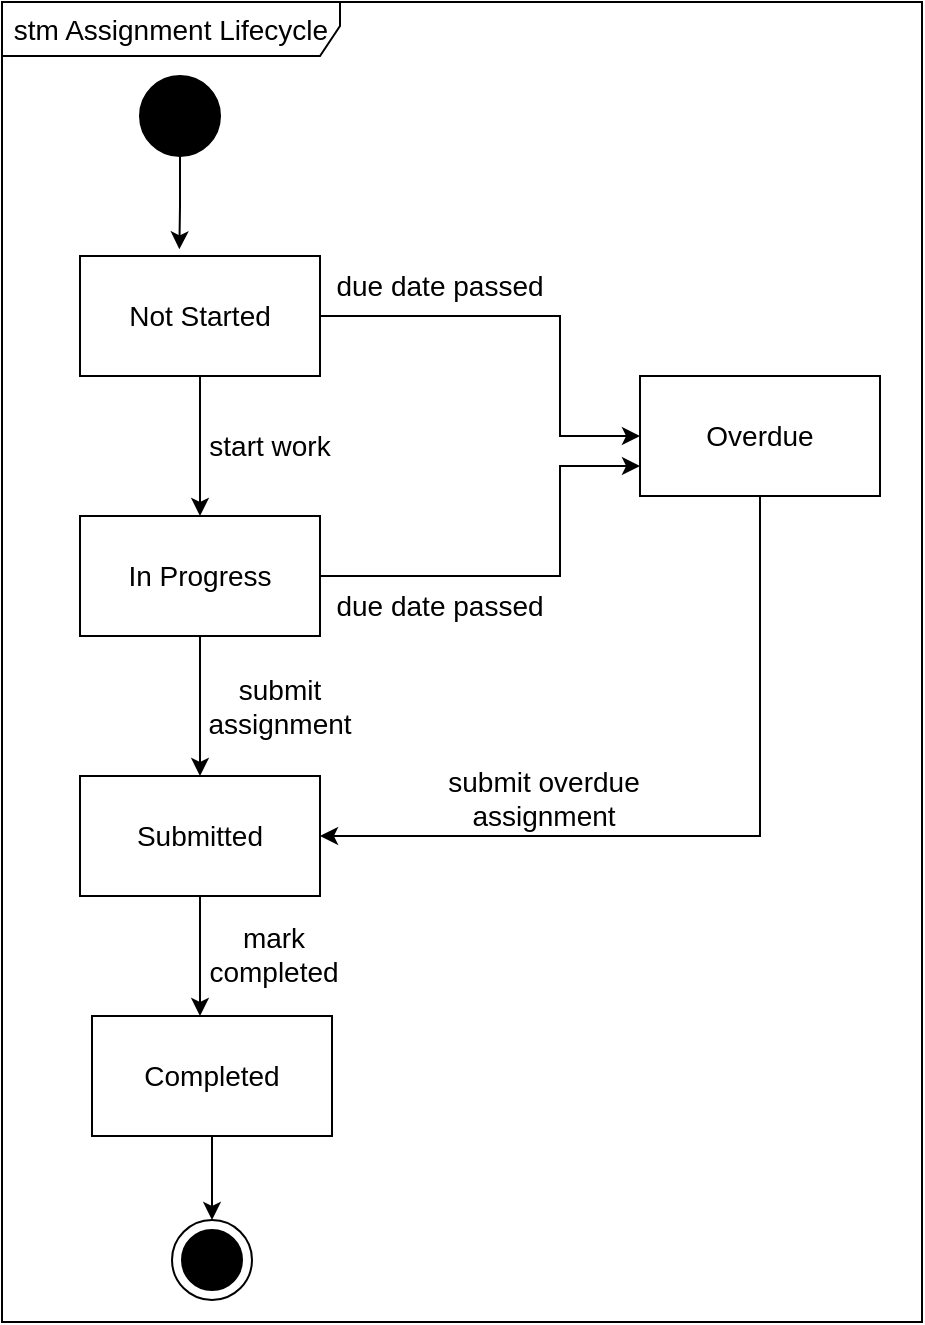
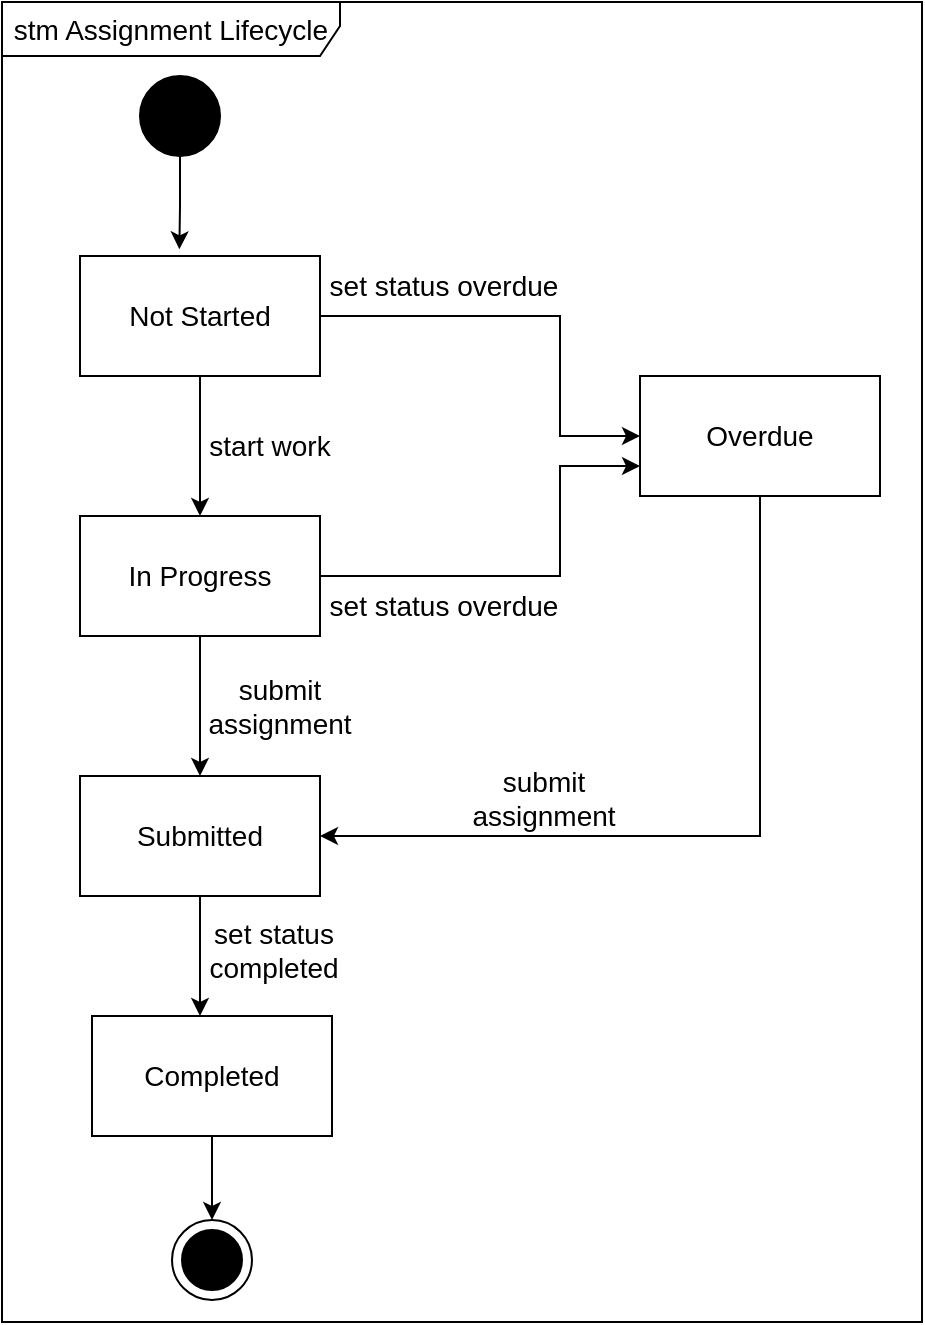
<mxfile host="app.diagrams.net">
  <diagram name="Page-1" id="olz4pCcpzFl-dkAwG16o">
-     <mxGraphModel dx="816" dy="797" grid="1" gridSize="10" guides="1" tooltips="1" connect="1" arrows="1" fold="1" page="1" pageScale="1" pageWidth="850" pageHeight="1100" math="0" shadow="0">
+     <mxGraphModel dx="1435" dy="798" grid="1" gridSize="10" guides="1" tooltips="1" connect="1" arrows="1" fold="1" page="1" pageScale="1" pageWidth="850" pageHeight="1100" math="0" shadow="0">
      <root>
        <mxCell id="0" />
        <mxCell id="1" parent="0" />
        <mxCell id="TTTRTXONemzU8edtUkAY-27" parent="1" style="shape=umlFrame;whiteSpace=wrap;html=1;pointerEvents=0;recursiveResize=0;container=1;collapsible=0;width=169;height=27;" value="&lt;font style=&quot;font-size: 14px;&quot;&gt;stm Assignment Lifecycle&lt;/font&gt;" vertex="1">
          <mxGeometry height="660" width="460" x="151" y="33" as="geometry" />
        </mxCell>
        <mxCell id="TTTRTXONemzU8edtUkAY-1" parent="1" style="shape=ellipse;html=1;fillColor=strokeColor;fontSize=18;fontColor=#ffffff;" value="" vertex="1">
          <mxGeometry height="40" width="40" x="220" y="70" as="geometry" />
        </mxCell>
        <mxCell id="TTTRTXONemzU8edtUkAY-10" edge="1" parent="1" source="TTTRTXONemzU8edtUkAY-2" style="edgeStyle=orthogonalEdgeStyle;rounded=0;orthogonalLoop=1;jettySize=auto;html=1;exitX=0.5;exitY=1;exitDx=0;exitDy=0;entryX=0.5;entryY=0;entryDx=0;entryDy=0;" target="TTTRTXONemzU8edtUkAY-4">
          <mxGeometry relative="1" as="geometry" />
        </mxCell>
        <mxCell id="TTTRTXONemzU8edtUkAY-14" edge="1" parent="1" source="TTTRTXONemzU8edtUkAY-2" style="edgeStyle=orthogonalEdgeStyle;rounded=0;orthogonalLoop=1;jettySize=auto;html=1;exitX=1;exitY=0.5;exitDx=0;exitDy=0;entryX=0;entryY=0.5;entryDx=0;entryDy=0;" target="TTTRTXONemzU8edtUkAY-3">
          <mxGeometry relative="1" as="geometry">
            <Array as="points">
              <mxPoint x="430" y="190" />
              <mxPoint x="430" y="250" />
            </Array>
          </mxGeometry>
        </mxCell>
        <mxCell id="TTTRTXONemzU8edtUkAY-2" parent="1" style="rounded=0;whiteSpace=wrap;html=1;" value="&lt;font style=&quot;font-size: 14px;&quot;&gt;Not Started&lt;/font&gt;" vertex="1">
          <mxGeometry height="60" width="120" x="190" y="160" as="geometry" />
        </mxCell>
        <mxCell id="TTTRTXONemzU8edtUkAY-30" edge="1" parent="1" source="TTTRTXONemzU8edtUkAY-3" style="edgeStyle=orthogonalEdgeStyle;rounded=0;orthogonalLoop=1;jettySize=auto;html=1;exitX=0.5;exitY=1;exitDx=0;exitDy=0;entryX=1;entryY=0.5;entryDx=0;entryDy=0;" target="TTTRTXONemzU8edtUkAY-5">
          <mxGeometry relative="1" as="geometry" />
        </mxCell>
        <mxCell id="TTTRTXONemzU8edtUkAY-3" parent="1" style="rounded=0;whiteSpace=wrap;html=1;" value="&lt;font style=&quot;font-size: 14px;&quot;&gt;Overdue&lt;/font&gt;" vertex="1">
          <mxGeometry height="60" width="120" x="470" y="220" as="geometry" />
        </mxCell>
        <mxCell id="TTTRTXONemzU8edtUkAY-11" edge="1" parent="1" source="TTTRTXONemzU8edtUkAY-4" style="edgeStyle=orthogonalEdgeStyle;rounded=0;orthogonalLoop=1;jettySize=auto;html=1;entryX=0.5;entryY=0;entryDx=0;entryDy=0;" target="TTTRTXONemzU8edtUkAY-5">
          <mxGeometry relative="1" as="geometry" />
        </mxCell>
        <mxCell id="TTTRTXONemzU8edtUkAY-15" edge="1" parent="1" source="TTTRTXONemzU8edtUkAY-4" style="edgeStyle=orthogonalEdgeStyle;rounded=0;orthogonalLoop=1;jettySize=auto;html=1;exitX=1;exitY=0.5;exitDx=0;exitDy=0;entryX=0;entryY=0.75;entryDx=0;entryDy=0;" target="TTTRTXONemzU8edtUkAY-3">
          <mxGeometry relative="1" as="geometry">
            <Array as="points">
              <mxPoint x="430" y="320" />
              <mxPoint x="430" y="265" />
            </Array>
            <mxPoint x="458" y="320" as="targetPoint" />
          </mxGeometry>
        </mxCell>
        <mxCell id="TTTRTXONemzU8edtUkAY-4" parent="1" style="rounded=0;whiteSpace=wrap;html=1;" value="&lt;font style=&quot;font-size: 14px;&quot;&gt;In Progress&lt;/font&gt;" vertex="1">
          <mxGeometry height="60" width="120" x="190" y="290" as="geometry" />
        </mxCell>
        <mxCell id="TTTRTXONemzU8edtUkAY-5" parent="1" style="rounded=0;whiteSpace=wrap;html=1;" value="&lt;font style=&quot;font-size: 14px;&quot;&gt;Submitted&lt;/font&gt;" vertex="1">
          <mxGeometry height="60" width="120" x="190" y="420" as="geometry" />
        </mxCell>
        <mxCell id="TTTRTXONemzU8edtUkAY-7" parent="1" style="rounded=0;whiteSpace=wrap;html=1;" value="&lt;font style=&quot;font-size: 14px;&quot;&gt;Completed&lt;/font&gt;" vertex="1">
          <mxGeometry height="60" width="120" x="196" y="540" as="geometry" />
        </mxCell>
        <mxCell id="TTTRTXONemzU8edtUkAY-8" edge="1" parent="1" source="TTTRTXONemzU8edtUkAY-1" style="edgeStyle=orthogonalEdgeStyle;rounded=0;orthogonalLoop=1;jettySize=auto;html=1;entryX=0.414;entryY=-0.056;entryDx=0;entryDy=0;entryPerimeter=0;" target="TTTRTXONemzU8edtUkAY-2">
          <mxGeometry relative="1" as="geometry">
            <mxPoint x="240" y="150" as="targetPoint" />
          </mxGeometry>
        </mxCell>
        <mxCell id="TTTRTXONemzU8edtUkAY-13" edge="1" parent="1" source="TTTRTXONemzU8edtUkAY-5" style="edgeStyle=orthogonalEdgeStyle;rounded=0;orthogonalLoop=1;jettySize=auto;html=1;exitX=0.5;exitY=1;exitDx=0;exitDy=0;">
          <mxGeometry relative="1" as="geometry">
            <mxPoint x="250" y="540" as="targetPoint" />
          </mxGeometry>
        </mxCell>
-         <mxCell id="TTTRTXONemzU8edtUkAY-16" parent="1" style="text;html=1;whiteSpace=wrap;strokeColor=none;fillColor=none;align=center;verticalAlign=middle;rounded=0;" value="&lt;font style=&quot;font-size: 14px;&quot;&gt;due date passed&lt;/font&gt;" vertex="1">
-           <mxGeometry height="30" width="120" x="310" y="160" as="geometry" />
+         <mxCell id="TTTRTXONemzU8edtUkAY-16" parent="1" style="text;html=1;whiteSpace=wrap;strokeColor=none;fillColor=none;align=center;verticalAlign=middle;rounded=0;" value="&lt;font style=&quot;font-size: 14px;&quot;&gt;set status overdue&lt;/font&gt;" vertex="1">
+           <mxGeometry height="30" width="120" x="312" y="160" as="geometry" />
        </mxCell>
-         <mxCell id="TTTRTXONemzU8edtUkAY-18" parent="1" style="text;html=1;whiteSpace=wrap;strokeColor=none;fillColor=none;align=center;verticalAlign=middle;rounded=0;" value="&lt;font style=&quot;font-size: 14px;&quot;&gt;due date passed&lt;/font&gt;" vertex="1">
-           <mxGeometry height="30" width="120" x="310" y="320" as="geometry" />
+         <mxCell id="TTTRTXONemzU8edtUkAY-18" parent="1" style="text;html=1;whiteSpace=wrap;strokeColor=none;fillColor=none;align=center;verticalAlign=middle;rounded=0;" value="&lt;font style=&quot;font-size: 14px;&quot;&gt;set status overdue&lt;/font&gt;" vertex="1">
+           <mxGeometry height="30" width="120" x="312" y="320" as="geometry" />
        </mxCell>
        <mxCell id="TTTRTXONemzU8edtUkAY-19" parent="1" style="text;html=1;whiteSpace=wrap;strokeColor=none;fillColor=none;align=center;verticalAlign=middle;rounded=0;" value="&lt;font style=&quot;font-size: 14px;&quot;&gt;start work&lt;/font&gt;" vertex="1">
          <mxGeometry height="30" width="70" x="250" y="240" as="geometry" />
        </mxCell>
        <mxCell id="TTTRTXONemzU8edtUkAY-21" parent="1" style="shape=mxgraph.sysml.actFinal;html=1;verticalLabelPosition=bottom;labelBackgroundColor=#ffffff;verticalAlign=top;" value="" vertex="1">
          <mxGeometry height="40" width="40" x="236" y="642" as="geometry" />
        </mxCell>
        <mxCell id="TTTRTXONemzU8edtUkAY-25" edge="1" parent="1" source="TTTRTXONemzU8edtUkAY-7" style="edgeStyle=orthogonalEdgeStyle;rounded=0;orthogonalLoop=1;jettySize=auto;html=1;exitX=0.5;exitY=1;exitDx=0;exitDy=0;entryX=0.5;entryY=0;entryDx=0;entryDy=0;entryPerimeter=0;" target="TTTRTXONemzU8edtUkAY-21">
          <mxGeometry relative="1" as="geometry" />
        </mxCell>
        <mxCell id="TTTRTXONemzU8edtUkAY-28" parent="1" style="text;html=1;whiteSpace=wrap;strokeColor=none;fillColor=none;align=center;verticalAlign=middle;rounded=0;" value="&lt;font style=&quot;font-size: 14px;&quot;&gt;submit assignment&lt;/font&gt;" vertex="1">
          <mxGeometry height="30" width="60" x="260" y="370" as="geometry" />
        </mxCell>
-         <mxCell id="TTTRTXONemzU8edtUkAY-29" parent="1" style="text;html=1;whiteSpace=wrap;strokeColor=none;fillColor=none;align=center;verticalAlign=middle;rounded=0;" value="&lt;font style=&quot;font-size: 14px;&quot;&gt;mark completed&lt;/font&gt;" vertex="1">
-           <mxGeometry height="30" width="60" x="257" y="494" as="geometry" />
+         <mxCell id="TTTRTXONemzU8edtUkAY-29" parent="1" style="text;html=1;whiteSpace=wrap;strokeColor=none;fillColor=none;align=center;verticalAlign=middle;rounded=0;" value="&lt;font style=&quot;font-size: 14px;&quot;&gt;set status completed&lt;/font&gt;" vertex="1">
+           <mxGeometry height="30" width="60" x="257" y="492" as="geometry" />
        </mxCell>
-         <mxCell id="TTTRTXONemzU8edtUkAY-31" parent="1" style="text;html=1;whiteSpace=wrap;strokeColor=none;fillColor=none;align=center;verticalAlign=middle;rounded=0;" value="&lt;font style=&quot;font-size: 14px;&quot;&gt;submit overdue assignment&lt;/font&gt;" vertex="1">
+         <mxCell id="TTTRTXONemzU8edtUkAY-31" parent="1" style="text;html=1;whiteSpace=wrap;strokeColor=none;fillColor=none;align=center;verticalAlign=middle;rounded=0;" value="&lt;font style=&quot;font-size: 14px;&quot;&gt;submit assignment&lt;/font&gt;" vertex="1">
          <mxGeometry height="30" width="110" x="367" y="416" as="geometry" />
        </mxCell>
      </root>
    </mxGraphModel>
  </diagram>
</mxfile>
